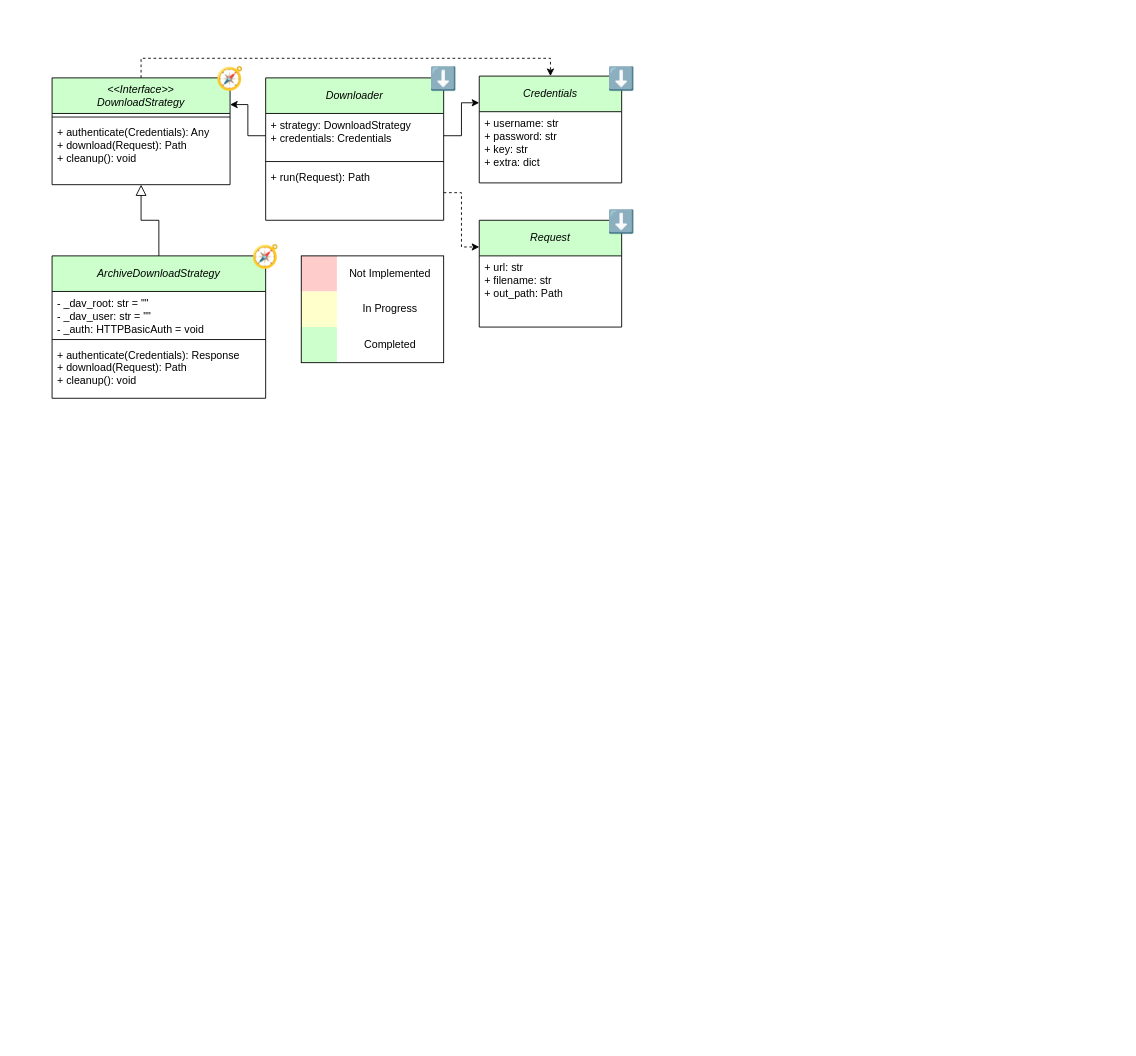
Earlier version of the draw.io diagram page "UML" (1 of 2) of docs/Data Architecture.drawio (N-Pulse/BMI-SOFT-EMG-Decoding). Source tidied: cells renumbered, new cells numbered last; positions are measured from the earlier drawing's top-left corner, leaving out a move shared by most shapes. Both pictures are drawn from the tidied source at 89%, with x=0, y=0 at pixel (52, 60).
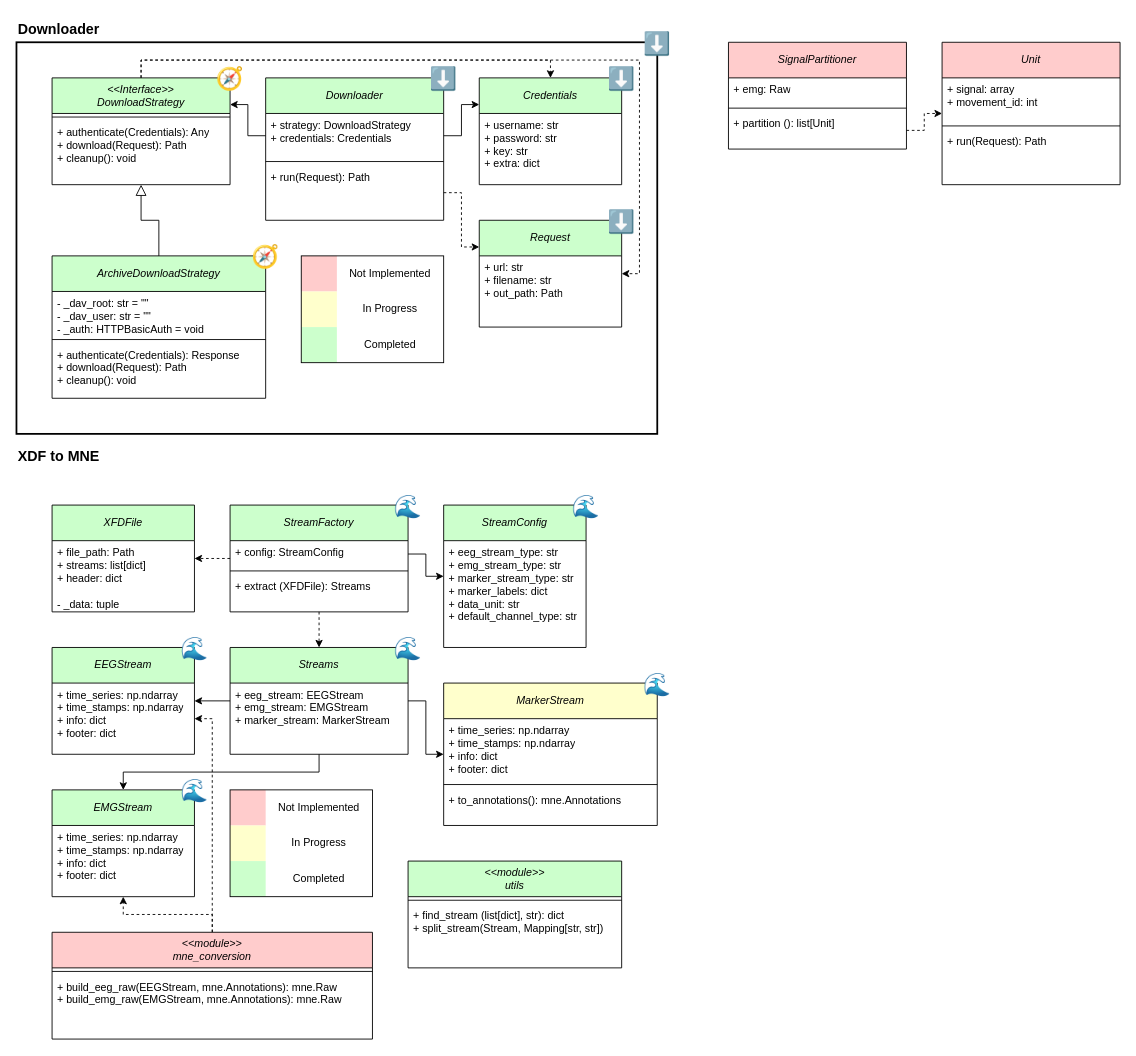
The same page after the edit.

The change refers to these unchanged cells:
```xml
<mxCell id="11" value="&lt;span style=&quot;font-weight: normal;&quot;&gt;&lt;i&gt;Request&lt;/i&gt;&lt;/span&gt;" style="swimlane;fontStyle=1;align=center;verticalAlign=middle;horizontal=1;startSize=40;whiteSpace=wrap;html=1;fillColor=#CCFFCC;" parent="1" vertex="1">
  <mxGeometry x="480" y="180" width="160" height="120" as="geometry" />
</mxCell>
<mxCell id="15" value="&lt;div&gt;&lt;span style=&quot;font-weight: normal;&quot;&gt;&lt;i&gt;&amp;lt;&amp;lt;Interface&amp;gt;&amp;gt;&lt;/i&gt;&lt;/span&gt;&lt;/div&gt;&lt;span style=&quot;font-weight: normal;&quot;&gt;&lt;i&gt;DownloadStrategy&lt;/i&gt;&lt;/span&gt;" style="swimlane;fontStyle=1;align=center;verticalAlign=middle;horizontal=1;startSize=40;whiteSpace=wrap;html=1;fillColor=#CCFFCC;" parent="1" vertex="1">
  <mxGeometry y="20" width="200" height="120" as="geometry" />
</mxCell>
```

The edit, as a diff of the source:
```diff
@@
+    <mxCell id="34" style="rounded=0;whiteSpace=wrap;html=1;strokeWidth=2;fillColor=none;" parent="1" vertex="1">
+      <mxGeometry x="-40" y="-20" width="720" height="440" as="geometry" />
+    </mxCell>
@@
     <mxCell id="7" value="&lt;span style=&quot;font-weight: normal;&quot;&gt;&lt;i&gt;Credentials&lt;/i&gt;&lt;/span&gt;" style="swimlane;fontStyle=1;align=center;verticalAlign=middle;horizontal=1;startSize=40;whiteSpace=wrap;html=1;fillColor=#CCFFCC;" parent="1" vertex="1">
-      <mxGeometry x="480" y="18" width="160" height="120" as="geometry" />
+      <mxGeometry x="480" y="20" width="160" height="120" as="geometry" />
     </mxCell>
@@
+    <mxCell id="35" style="edgeStyle=orthogonalEdgeStyle;rounded=0;jettySize=auto;html=1;exitX=0.5;exitY=0;exitDx=0;exitDy=0;dashed=1;" parent="1" edge="1" source="15" target="11">
+      <mxGeometry relative="1" as="geometry">
+        <Array as="points">
+          <mxPoint x="100" />
+          <mxPoint x="660" />
+          <mxPoint x="660" y="240" />
+        </Array>
+      </mxGeometry>
+    </mxCell>
@@
+    <mxCell id="36" value="Downloader" style="text;html=1;whiteSpace=wrap;strokeColor=none;fillColor=none;align=left;verticalAlign=middle;rounded=0;fontSize=16;fontStyle=1;" parent="1" vertex="1">
+      <mxGeometry x="-40" y="-50" width="100" height="30" as="geometry" />
+    </mxCell>
+    <mxCell id="37" value="XDF to MNE" style="text;html=1;whiteSpace=wrap;strokeColor=none;fillColor=none;align=left;verticalAlign=middle;rounded=0;fontSize=16;fontStyle=1;" parent="1" vertex="1">
+      <mxGeometry x="-40" y="430" width="100" height="30" as="geometry" />
+    </mxCell>
+    <mxCell id="38" value="⬇️" style="text;html=1;whiteSpace=wrap;strokeColor=none;fillColor=none;align=center;verticalAlign=middle;rounded=0;fontSize=25;" parent="1" vertex="1">
+      <mxGeometry x="660" y="-40" width="40" height="40" as="geometry" />
+    </mxCell>
+    <mxCell id="39" value="&lt;span style=&quot;font-weight: normal;&quot;&gt;&lt;i&gt;Unit&lt;/i&gt;&lt;/span&gt;" style="swimlane;fontStyle=1;align=center;verticalAlign=middle;horizontal=1;startSize=40;whiteSpace=wrap;html=1;fillColor=#FFCCCC;" parent="1" vertex="1">
+      <mxGeometry x="1000" y="-20" width="200" height="160" as="geometry" />
+    </mxCell>
+    <mxCell id="40" value="+ signal: array&lt;div&gt;+ movement_id: int&lt;/div&gt;" style="text;strokeColor=none;fillColor=none;align=left;verticalAlign=top;spacingLeft=4;spacingRight=4;overflow=hidden;whiteSpace=wrap;html=1;" parent="39" vertex="1">
+      <mxGeometry y="40" width="200" height="50" as="geometry" />
+    </mxCell>
+    <mxCell id="41" style="line;strokeWidth=1;fillColor=none;align=left;verticalAlign=middle;spacingTop=-1;spacingLeft=3;spacingRight=3;labelPosition=right;strokeColor=inherit;" parent="39" vertex="1">
+      <mxGeometry y="90" width="200" height="8" as="geometry" />
+    </mxCell>
+    <mxCell id="42" value="+ run(Request): Path" style="text;strokeColor=none;fillColor=none;align=left;verticalAlign=top;spacingLeft=4;spacingRight=4;overflow=hidden;whiteSpace=wrap;html=1;" parent="39" vertex="1">
+      <mxGeometry y="98" width="200" height="62" as="geometry" />
+    </mxCell>
+    <mxCell id="43" value="&lt;span style=&quot;font-weight: normal;&quot;&gt;&lt;i&gt;SignalPartitioner&lt;/i&gt;&lt;/span&gt;" style="swimlane;fontStyle=1;align=center;verticalAlign=middle;horizontal=1;startSize=40;whiteSpace=wrap;html=1;fillColor=#FFCCCC;" parent="1" vertex="1">
+      <mxGeometry x="760" y="-20" width="200" height="120" as="geometry" />
+    </mxCell>
+    <mxCell id="44" value="+ emg: Raw" style="text;strokeColor=none;fillColor=none;align=left;verticalAlign=top;spacingLeft=4;spacingRight=4;overflow=hidden;whiteSpace=wrap;html=1;" parent="43" vertex="1">
+      <mxGeometry y="40" width="200" height="30" as="geometry" />
+    </mxCell>
+    <mxCell id="45" style="line;strokeWidth=1;fillColor=none;align=left;verticalAlign=middle;spacingTop=-1;spacingLeft=3;spacingRight=3;labelPosition=right;strokeColor=inherit;" parent="43" vertex="1">
+      <mxGeometry y="70" width="200" height="8" as="geometry" />
+    </mxCell>
+    <mxCell id="46" value="+ partition (): list[Unit]" style="text;strokeColor=none;fillColor=none;align=left;verticalAlign=top;spacingLeft=4;spacingRight=4;overflow=hidden;points=[[0,0.5],[1,0.5]];portConstraint=eastwest;whiteSpace=wrap;html=1;" parent="43" vertex="1">
+      <mxGeometry y="78" width="200" height="42" as="geometry" />
+    </mxCell>
+    <mxCell id="47" style="edgeStyle=orthogonalEdgeStyle;rounded=0;jettySize=auto;html=1;exitX=1;exitY=0.5;exitDx=0;exitDy=0;dashed=1;" parent="1" edge="1" source="46" target="39">
+      <mxGeometry relative="1" as="geometry" />
+    </mxCell>
+    <mxCell id="48" value="&lt;span style=&quot;font-weight: 400;&quot;&gt;&lt;i&gt;XFDFile&lt;/i&gt;&lt;/span&gt;" style="swimlane;fontStyle=1;align=center;verticalAlign=middle;horizontal=1;startSize=40;whiteSpace=wrap;html=1;fillColor=light-dark(#cbffcb, #1f2f1e);" parent="1" vertex="1">
+      <mxGeometry y="500" width="160" height="120" as="geometry" />
+    </mxCell>
+    <mxCell id="49" value="&lt;div&gt;&lt;span style=&quot;background-color: transparent; color: light-dark(rgb(0, 0, 0), rgb(255, 255, 255));&quot;&gt;+ file_path: Path&lt;/span&gt;&lt;/div&gt;&lt;div&gt;&lt;span style=&quot;background-color: transparent; color: light-dark(rgb(0, 0, 0), rgb(255, 255, 255));&quot;&gt;+ streams: list[dict]&lt;/span&gt;&lt;/div&gt;&lt;div&gt;&lt;span style=&quot;background-color: transparent; color: light-dark(rgb(0, 0, 0), rgb(255, 255, 255));&quot;&gt;+ header: dict&lt;/span&gt;&lt;/div&gt;&lt;div&gt;&lt;span style=&quot;background-color: transparent; color: light-dark(rgb(0, 0, 0), rgb(255, 255, 255));&quot;&gt;&lt;br&gt;&lt;/span&gt;&lt;/div&gt;&lt;div&gt;- _data: tuple&lt;span style=&quot;background-color: transparent; color: light-dark(rgb(0, 0, 0), rgb(255, 255, 255));&quot;&gt;&lt;/span&gt;&lt;/div&gt;" style="text;strokeColor=none;fillColor=none;align=left;verticalAlign=top;spacingLeft=4;spacingRight=4;overflow=hidden;whiteSpace=wrap;html=1;" parent="48" vertex="1">
+      <mxGeometry y="40" width="160" height="80" as="geometry" />
+    </mxCell>
+    <mxCell id="50" value="&lt;span style=&quot;font-weight: 400;&quot;&gt;&lt;i&gt;EEGStream&lt;/i&gt;&lt;/span&gt;" style="swimlane;fontStyle=1;align=center;verticalAlign=middle;horizontal=1;startSize=40;whiteSpace=wrap;html=1;fillColor=#CCFFCC;" parent="1" vertex="1">
+      <mxGeometry y="660" width="160" height="120" as="geometry" />
+    </mxCell>
+    <mxCell id="51" value="&lt;div&gt;&lt;span style=&quot;background-color: transparent; color: light-dark(rgb(0, 0, 0), rgb(255, 255, 255));&quot;&gt;+ time_series: np.ndarray&lt;/span&gt;&lt;/div&gt;&lt;div&gt;+ time_stamps: np.ndarray&lt;/div&gt;&lt;div&gt;+ info: dict&lt;/div&gt;&lt;div&gt;+ footer: dict&lt;/div&gt;" style="text;strokeColor=none;fillColor=none;align=left;verticalAlign=top;spacingLeft=4;spacingRight=4;overflow=hidden;points=[[0,0.5],[1,0.5]];portConstraint=eastwest;whiteSpace=wrap;html=1;" parent="50" vertex="1">
+      <mxGeometry y="40" width="160" height="80" as="geometry" />
+    </mxCell>
+    <mxCell id="52" value="&lt;span style=&quot;font-weight: 400;&quot;&gt;&lt;i&gt;EMGStream&lt;/i&gt;&lt;/span&gt;" style="swimlane;fontStyle=1;align=center;verticalAlign=middle;horizontal=1;startSize=40;whiteSpace=wrap;html=1;fillColor=#CCFFCC;" parent="1" vertex="1">
+      <mxGeometry y="820" width="160" height="120" as="geometry" />
+    </mxCell>
+    <mxCell id="53" value="&lt;div&gt;&lt;span style=&quot;background-color: transparent; color: light-dark(rgb(0, 0, 0), rgb(255, 255, 255));&quot;&gt;+ time_series: np.ndarray&lt;/span&gt;&lt;/div&gt;&lt;div&gt;+ time_stamps: np.ndarray&lt;/div&gt;&lt;div&gt;+ info: dict&lt;/div&gt;&lt;div&gt;+ footer: dict&lt;/div&gt;" style="text;strokeColor=none;fillColor=none;align=left;verticalAlign=top;spacingLeft=4;spacingRight=4;overflow=hidden;whiteSpace=wrap;html=1;" parent="52" vertex="1">
+      <mxGeometry y="40" width="160" height="80" as="geometry" />
+    </mxCell>
+    <mxCell id="54" style="edgeStyle=orthogonalEdgeStyle;rounded=0;jettySize=auto;html=1;entryX=0.5;entryY=0;entryDx=0;entryDy=0;dashed=1;" parent="1" edge="1" source="56" target="65">
+      <mxGeometry relative="1" as="geometry" />
+    </mxCell>
+    <mxCell id="55" style="edgeStyle=orthogonalEdgeStyle;rounded=0;jettySize=auto;html=1;dashed=1;" parent="1" edge="1" source="56" target="48">
+      <mxGeometry relative="1" as="geometry" />
+    </mxCell>
+    <mxCell id="56" value="&lt;span style=&quot;font-weight: normal;&quot;&gt;&lt;i&gt;StreamFactory&lt;/i&gt;&lt;/span&gt;" style="swimlane;fontStyle=1;align=center;verticalAlign=middle;horizontal=1;startSize=40;whiteSpace=wrap;html=1;fillColor=#CCFFCC;" parent="1" vertex="1">
+      <mxGeometry x="200" y="500" width="200" height="120" as="geometry" />
+    </mxCell>
+    <mxCell id="57" value="+ config: StreamConfig" style="text;strokeColor=none;fillColor=none;align=left;verticalAlign=top;spacingLeft=4;spacingRight=4;overflow=hidden;points=[[0,0.5],[1,0.5]];portConstraint=eastwest;whiteSpace=wrap;html=1;" parent="56" vertex="1">
+      <mxGeometry y="40" width="200" height="30" as="geometry" />
+    </mxCell>
+    <mxCell id="58" style="line;strokeWidth=1;fillColor=none;align=left;verticalAlign=middle;spacingTop=-1;spacingLeft=3;spacingRight=3;labelPosition=right;strokeColor=inherit;" parent="56" vertex="1">
+      <mxGeometry y="70" width="200" height="8" as="geometry" />
+    </mxCell>
+    <mxCell id="59" value="+ extract (XFDFile): Streams" style="text;strokeColor=none;fillColor=none;align=left;verticalAlign=top;spacingLeft=4;spacingRight=4;overflow=hidden;whiteSpace=wrap;html=1;" parent="56" vertex="1">
+      <mxGeometry y="78" width="200" height="42" as="geometry" />
+    </mxCell>
+    <mxCell id="60" value="&lt;span style=&quot;font-weight: normal;&quot;&gt;&lt;i&gt;StreamConfig&lt;/i&gt;&lt;/span&gt;" style="swimlane;fontStyle=1;align=center;verticalAlign=middle;horizontal=1;startSize=40;whiteSpace=wrap;html=1;fillColor=#CCFFCC;" parent="1" vertex="1">
+      <mxGeometry x="440" y="500" width="160" height="160" as="geometry" />
+    </mxCell>
+    <mxCell id="61" value="+ eeg_stream_type: str&lt;div&gt;+ emg_stream_type: str&lt;/div&gt;&lt;div&gt;+&lt;span style=&quot;background-color: transparent; color: light-dark(rgb(0, 0, 0), rgb(255, 255, 255));&quot;&gt;&amp;nbsp;marker_stream_type: str&lt;/span&gt;&lt;/div&gt;&lt;div&gt;&lt;span style=&quot;background-color: transparent; color: light-dark(rgb(0, 0, 0), rgb(255, 255, 255));&quot;&gt;+ marker_labels: dict&lt;/span&gt;&lt;/div&gt;&lt;div&gt;&lt;span style=&quot;background-color: transparent; color: light-dark(rgb(0, 0, 0), rgb(255, 255, 255));&quot;&gt;+ data_unit: str&lt;/span&gt;&lt;/div&gt;&lt;div&gt;&lt;span style=&quot;background-color: transparent; color: light-dark(rgb(0, 0, 0), rgb(255, 255, 255));&quot;&gt;+ default_channel_type: str&lt;/span&gt;&lt;/div&gt;" style="text;strokeColor=none;fillColor=none;align=left;verticalAlign=top;spacingLeft=4;spacingRight=4;overflow=hidden;whiteSpace=wrap;html=1;" parent="60" vertex="1">
+      <mxGeometry y="40" width="160" height="120" as="geometry" />
+    </mxCell>
+    <mxCell id="62" style="edgeStyle=orthogonalEdgeStyle;rounded=0;jettySize=auto;html=1;" parent="1" edge="1" source="65" target="50">
+      <mxGeometry relative="1" as="geometry" />
+    </mxCell>
+    <mxCell id="63" style="edgeStyle=orthogonalEdgeStyle;rounded=0;jettySize=auto;html=1;" parent="1" edge="1" source="65" target="52">
+      <mxGeometry relative="1" as="geometry">
+        <Array as="points">
+          <mxPoint x="300" y="800" />
+          <mxPoint x="80" y="800" />
+        </Array>
+      </mxGeometry>
+    </mxCell>
+    <mxCell id="64" style="edgeStyle=orthogonalEdgeStyle;rounded=0;jettySize=auto;html=1;" parent="1" edge="1" source="65" target="68">
+      <mxGeometry relative="1" as="geometry" />
+    </mxCell>
+    <mxCell id="65" value="&lt;span style=&quot;font-weight: 400;&quot;&gt;&lt;i&gt;Streams&lt;/i&gt;&lt;/span&gt;" style="swimlane;fontStyle=1;align=center;verticalAlign=middle;horizontal=1;startSize=40;whiteSpace=wrap;html=1;fillColor=#CCFFCC;" parent="1" vertex="1">
+      <mxGeometry x="200" y="660" width="200" height="120" as="geometry" />
+    </mxCell>
+    <mxCell id="66" value="&lt;div&gt;&lt;span style=&quot;background-color: transparent; color: light-dark(rgb(0, 0, 0), rgb(255, 255, 255));&quot;&gt;+ eeg_stream: EEGStream&lt;/span&gt;&lt;/div&gt;&lt;div&gt;+ emg_stream: EMGStream&lt;/div&gt;&lt;div&gt;+ marker_stream: MarkerStream&lt;/div&gt;" style="text;strokeColor=none;fillColor=none;align=left;verticalAlign=top;spacingLeft=4;spacingRight=4;overflow=hidden;whiteSpace=wrap;html=1;" parent="65" vertex="1">
+      <mxGeometry y="40" width="200" height="80" as="geometry" />
+    </mxCell>
+    <mxCell id="67" style="edgeStyle=orthogonalEdgeStyle;rounded=0;jettySize=auto;html=1;" parent="1" edge="1" source="57" target="60">
+      <mxGeometry relative="1" as="geometry" />
+    </mxCell>
+    <mxCell id="68" value="&lt;i style=&quot;font-weight: 400;&quot;&gt;MarkerStream&lt;/i&gt;" style="swimlane;fontStyle=1;align=center;verticalAlign=middle;horizontal=1;startSize=40;whiteSpace=wrap;html=1;fillColor=#FFFFCC;" parent="1" vertex="1">
+      <mxGeometry x="440" y="700" width="240" height="160" as="geometry" />
+    </mxCell>
+    <mxCell id="69" value="&lt;div&gt;&lt;span style=&quot;background-color: transparent; color: light-dark(rgb(0, 0, 0), rgb(255, 255, 255));&quot;&gt;+ time_series: np.ndarray&lt;/span&gt;&lt;/div&gt;&lt;div&gt;+ time_stamps: np.ndarray&lt;/div&gt;&lt;div&gt;+ info: dict&lt;/div&gt;&lt;div&gt;+ footer: dict&lt;/div&gt;" style="text;strokeColor=none;fillColor=none;align=left;verticalAlign=top;spacingLeft=4;spacingRight=4;overflow=hidden;whiteSpace=wrap;html=1;" parent="68" vertex="1">
+      <mxGeometry y="40" width="240" height="70" as="geometry" />
+    </mxCell>
+    <mxCell id="70" style="line;strokeWidth=1;fillColor=none;align=left;verticalAlign=middle;spacingTop=-1;spacingLeft=3;spacingRight=3;labelPosition=right;strokeColor=inherit;" parent="68" vertex="1">
+      <mxGeometry y="110" width="240" height="8" as="geometry" />
+    </mxCell>
+    <mxCell id="71" value="+ to_annotations():&amp;nbsp;&lt;span class=&quot;ͼ11&quot;&gt;mne&lt;/span&gt;&lt;span class=&quot;ͼv&quot;&gt;.&lt;/span&gt;Annotations" style="text;strokeColor=none;fillColor=none;align=left;verticalAlign=top;spacingLeft=4;spacingRight=4;overflow=hidden;whiteSpace=wrap;html=1;" parent="68" vertex="1">
+      <mxGeometry y="118" width="240" height="42" as="geometry" />
+    </mxCell>
+    <mxCell id="72" style="edgeStyle=orthogonalEdgeStyle;rounded=0;jettySize=auto;html=1;dashed=1;entryX=1;entryY=0.5;entryDx=0;entryDy=0;" parent="1" edge="1" source="74" target="51">
+      <mxGeometry relative="1" as="geometry">
+        <Array as="points">
+          <mxPoint x="180" y="740" />
+        </Array>
+      </mxGeometry>
+    </mxCell>
+    <mxCell id="73" style="edgeStyle=orthogonalEdgeStyle;rounded=0;jettySize=auto;html=1;dashed=1;" parent="1" edge="1" source="74" target="52">
+      <mxGeometry relative="1" as="geometry" />
+    </mxCell>
+    <mxCell id="74" value="&lt;div&gt;&lt;i style=&quot;font-weight: 400;&quot;&gt;&amp;lt;&amp;lt;module&amp;gt;&amp;gt;&lt;/i&gt;&lt;/div&gt;&lt;i style=&quot;font-weight: 400;&quot;&gt;mne_conversion&lt;/i&gt;" style="swimlane;fontStyle=1;align=center;verticalAlign=middle;horizontal=1;startSize=40;whiteSpace=wrap;html=1;fillColor=#FFCCCC;" parent="1" vertex="1">
+      <mxGeometry y="980" width="360" height="120" as="geometry" />
+    </mxCell>
+    <mxCell id="75" style="line;strokeWidth=1;fillColor=none;align=left;verticalAlign=middle;spacingTop=-1;spacingLeft=3;spacingRight=3;labelPosition=right;strokeColor=inherit;" parent="74" vertex="1">
+      <mxGeometry y="40" width="360" height="8" as="geometry" />
+    </mxCell>
+    <mxCell id="76" value="+ build_eeg_raw(EEGStream, mne.Annotations):&amp;nbsp;&lt;span class=&quot;ͼ11&quot;&gt;mne&lt;/span&gt;&lt;span class=&quot;ͼv&quot;&gt;.&lt;/span&gt;Raw&lt;div&gt;+ build_emg_raw(EMGStream, mne.Annotations):&amp;nbsp;&lt;span class=&quot;ͼ11&quot;&gt;mne&lt;/span&gt;&lt;span class=&quot;ͼv&quot;&gt;.&lt;/span&gt;Raw&lt;/div&gt;" style="text;strokeColor=none;fillColor=none;align=left;verticalAlign=top;spacingLeft=4;spacingRight=4;overflow=hidden;whiteSpace=wrap;html=1;" parent="74" vertex="1">
+      <mxGeometry y="48" width="360" height="72" as="geometry" />
+    </mxCell>
+    <mxCell id="77" value="Not Implemented" style="text;html=1;whiteSpace=wrap;strokeColor=none;fillColor=none;align=center;verticalAlign=middle;rounded=0;" parent="1" vertex="1">
+      <mxGeometry x="240" y="820" width="120" height="40" as="geometry" />
+    </mxCell>
+    <mxCell id="78" style="whiteSpace=wrap;html=1;strokeColor=none;fillColor=light-dark(#FFCCCC,#FFCCE6);" parent="1" vertex="1">
+      <mxGeometry x="200" y="820" width="40" height="40" as="geometry" />
+    </mxCell>
+    <mxCell id="79" style="whiteSpace=wrap;html=1;strokeColor=none;fillColor=light-dark(#FFFFCC,#FFCCE6);" parent="1" vertex="1">
+      <mxGeometry x="200" y="860" width="40" height="40" as="geometry" />
+    </mxCell>
+    <mxCell id="80" style="whiteSpace=wrap;html=1;strokeColor=none;fillColor=light-dark(#CCFFCC,#FFCCE6);" parent="1" vertex="1">
+      <mxGeometry x="200" y="900" width="40" height="40" as="geometry" />
+    </mxCell>
+    <mxCell id="81" value="In&amp;nbsp;&lt;span style=&quot;background-color: transparent; color: light-dark(rgb(0, 0, 0), rgb(255, 255, 255));&quot;&gt;Progress&lt;/span&gt;" style="text;html=1;whiteSpace=wrap;strokeColor=none;fillColor=none;align=center;verticalAlign=middle;rounded=0;" parent="1" vertex="1">
+      <mxGeometry x="240" y="860" width="120" height="40" as="geometry" />
+    </mxCell>
+    <mxCell id="82" value="Completed" style="text;html=1;whiteSpace=wrap;strokeColor=none;fillColor=none;align=center;verticalAlign=middle;rounded=0;" parent="1" vertex="1">
+      <mxGeometry x="240" y="900" width="120" height="40" as="geometry" />
+    </mxCell>
+    <mxCell id="83" style="rounded=0;whiteSpace=wrap;html=1;fillColor=none;strokeWidth=1;" parent="1" vertex="1">
+      <mxGeometry x="200" y="820" width="160" height="120" as="geometry" />
+    </mxCell>
+    <mxCell id="84" value="🌊" style="text;html=1;whiteSpace=wrap;strokeColor=none;fillColor=none;align=center;verticalAlign=middle;rounded=0;fontSize=25;" parent="1" vertex="1">
+      <mxGeometry x="380" y="480" width="40" height="40" as="geometry" />
+    </mxCell>
+    <mxCell id="85" value="🌊" style="text;html=1;whiteSpace=wrap;strokeColor=none;fillColor=none;align=center;verticalAlign=middle;rounded=0;fontSize=25;" parent="1" vertex="1">
+      <mxGeometry x="580" y="480" width="40" height="40" as="geometry" />
+    </mxCell>
+    <mxCell id="86" value="🌊" style="text;html=1;whiteSpace=wrap;strokeColor=none;fillColor=none;align=center;verticalAlign=middle;rounded=0;fontSize=25;" parent="1" vertex="1">
+      <mxGeometry x="380" y="640" width="40" height="40" as="geometry" />
+    </mxCell>
+    <mxCell id="87" value="🌊" style="text;html=1;whiteSpace=wrap;strokeColor=none;fillColor=none;align=center;verticalAlign=middle;rounded=0;fontSize=25;" parent="1" vertex="1">
+      <mxGeometry x="140" y="640" width="40" height="40" as="geometry" />
+    </mxCell>
+    <mxCell id="88" value="🌊" style="text;html=1;whiteSpace=wrap;strokeColor=none;fillColor=none;align=center;verticalAlign=middle;rounded=0;fontSize=25;" parent="1" vertex="1">
+      <mxGeometry x="140" y="800" width="40" height="40" as="geometry" />
+    </mxCell>
+    <mxCell id="89" value="🌊" style="text;html=1;whiteSpace=wrap;strokeColor=none;fillColor=none;align=center;verticalAlign=middle;rounded=0;fontSize=25;" parent="1" vertex="1">
+      <mxGeometry x="660" y="680" width="40" height="40" as="geometry" />
+    </mxCell>
+    <mxCell id="90" value="&lt;div&gt;&lt;i style=&quot;font-weight: 400;&quot;&gt;&amp;lt;&amp;lt;module&amp;gt;&amp;gt;&lt;/i&gt;&lt;/div&gt;&lt;i style=&quot;font-weight: 400;&quot;&gt;utils&lt;/i&gt;" style="swimlane;fontStyle=1;align=center;verticalAlign=middle;horizontal=1;startSize=40;whiteSpace=wrap;html=1;fillColor=#CCFFCC;" parent="1" vertex="1">
+      <mxGeometry x="400" y="900" width="240" height="120" as="geometry" />
+    </mxCell>
+    <mxCell id="91" style="line;strokeWidth=1;fillColor=none;align=left;verticalAlign=middle;spacingTop=-1;spacingLeft=3;spacingRight=3;labelPosition=right;strokeColor=inherit;" parent="90" vertex="1">
+      <mxGeometry y="40" width="240" height="8" as="geometry" />
+    </mxCell>
+    <mxCell id="92" value="+ find_stream (list[dict], str): dict&lt;div&gt;+ split_stream(Stream, Mapping[str, str])&lt;/div&gt;" style="text;strokeColor=none;fillColor=none;align=left;verticalAlign=top;spacingLeft=4;spacingRight=4;overflow=hidden;whiteSpace=wrap;html=1;" parent="90" vertex="1">
+      <mxGeometry y="48" width="240" height="72" as="geometry" />
+    </mxCell>
```
